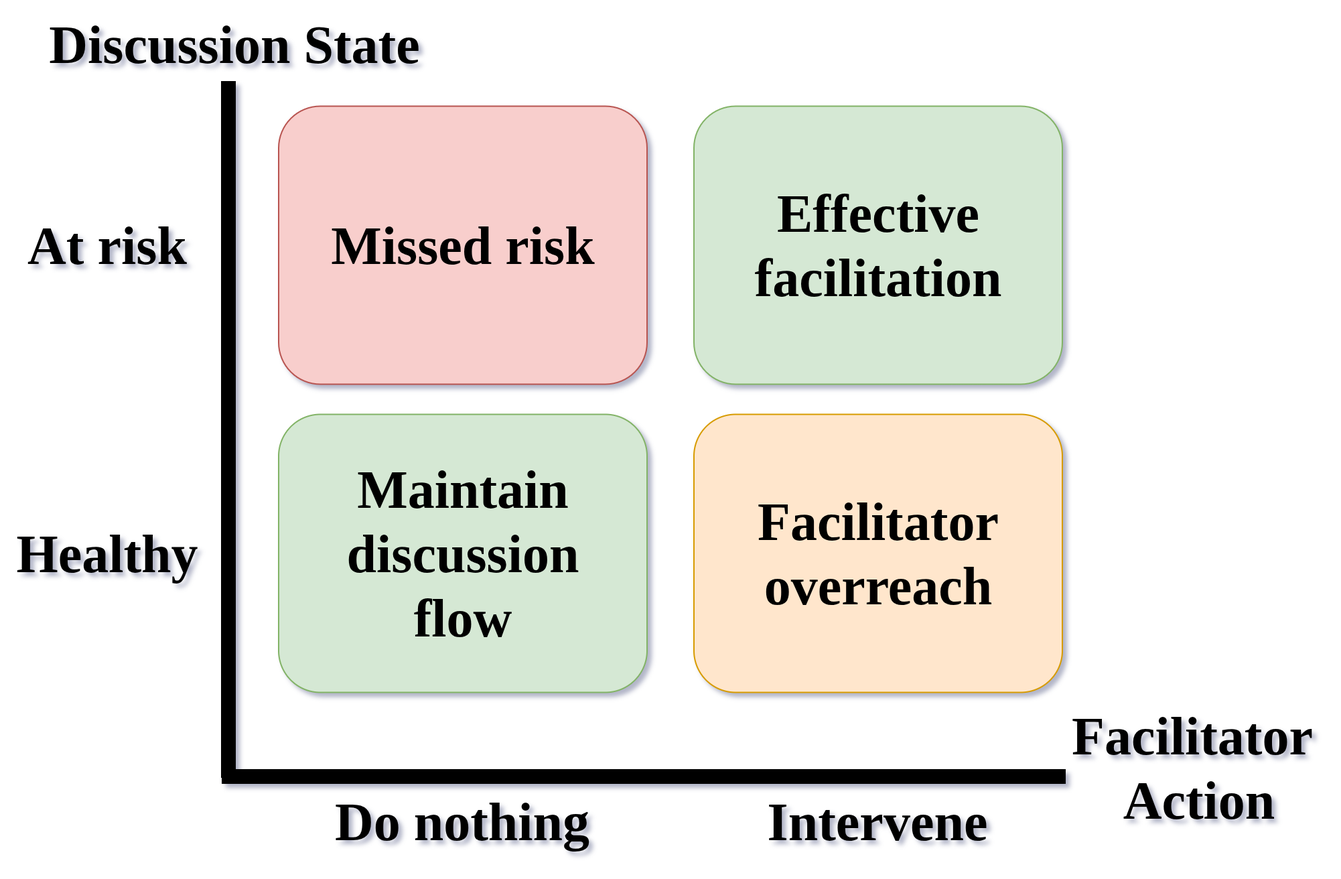
Above: graphs/intro.drawio.png in dimits-ts/interventions (draw.io), before the change. Source tidied: cells renumbered, new cells last; positions are measured from the earlier drawing's top-left corner, leaving out a move shared by most shapes.
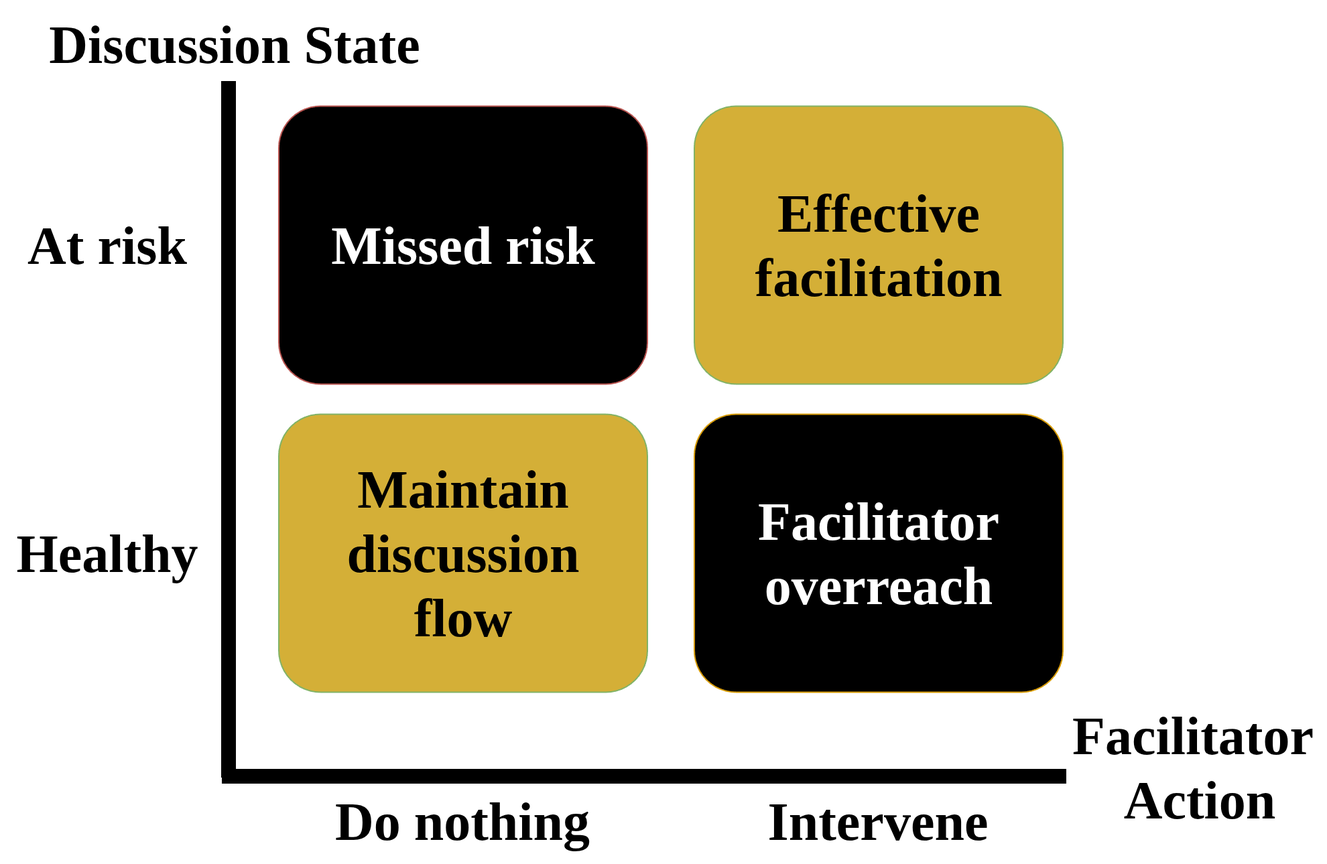
The same file after the commit.

The edit, as a diff of the source:
```diff
@@ -32,25 +32,25 @@
     <mxCell id="9" value="&lt;font face=&quot;Times New Roman&quot;&gt;&lt;span style=&quot;font-size: 40px;&quot;&gt;&lt;b&gt;Healthy&lt;/b&gt;&lt;/span&gt;&lt;/font&gt;" style="text;html=1;whiteSpace=wrap;strokeColor=none;fillColor=none;align=center;verticalAlign=middle;rounded=0;" parent="1" vertex="1">
       <mxGeometry y="380" width="160" height="65" as="geometry" />
     </mxCell>
-    <mxCell id="10" style="rounded=1;whiteSpace=wrap;html=1;fillColor=#d5e8d4;strokeColor=#82b366;" parent="1" vertex="1">
+    <mxCell id="10" style="rounded=1;whiteSpace=wrap;html=1;fillColor=#D4AF37;strokeColor=#82b366;" parent="1" vertex="1">
       <mxGeometry x="207.5" y="308.8" width="275" height="207.5" as="geometry" />
     </mxCell>
-    <mxCell id="11" style="rounded=1;whiteSpace=wrap;html=1;fillColor=#ffe6cc;strokeColor=#d79b00;" parent="1" vertex="1">
+    <mxCell id="11" style="rounded=1;whiteSpace=wrap;html=1;fillColor=#000000;strokeColor=#d79b00;" parent="1" vertex="1">
       <mxGeometry x="517.5" y="308.8" width="275" height="207.5" as="geometry" />
     </mxCell>
-    <mxCell id="12" style="rounded=1;whiteSpace=wrap;html=1;fillColor=#f8cecc;strokeColor=#b85450;" parent="1" vertex="1">
+    <mxCell id="12" style="rounded=1;whiteSpace=wrap;html=1;fillColor=#000000;strokeColor=#b85450;" parent="1" vertex="1">
       <mxGeometry x="207.5" y="78.8" width="275" height="207.5" as="geometry" />
     </mxCell>
-    <mxCell id="13" style="rounded=1;whiteSpace=wrap;html=1;fillColor=#d5e8d4;strokeColor=#82b366;" parent="1" vertex="1">
+    <mxCell id="13" style="rounded=1;whiteSpace=wrap;html=1;fillColor=#D4AF37;strokeColor=#82b366;" parent="1" vertex="1">
       <mxGeometry x="517.5" y="78.8" width="275" height="207.5" as="geometry" />
     </mxCell>
     <mxCell id="14" value="&lt;font face=&quot;Times New Roman&quot;&gt;&lt;span style=&quot;font-size: 40px;&quot;&gt;&lt;b&gt;Effective facilitation&lt;/b&gt;&lt;/span&gt;&lt;/font&gt;" style="text;html=1;whiteSpace=wrap;strokeColor=none;fillColor=none;align=center;verticalAlign=middle;rounded=0;" parent="1" vertex="1">
       <mxGeometry x="538.8" y="107.5" width="232.5" height="150" as="geometry" />
     </mxCell>
-    <mxCell id="15" value="&lt;font face=&quot;Times New Roman&quot;&gt;&lt;span style=&quot;font-size: 40px;&quot;&gt;&lt;b&gt;Missed risk&lt;/b&gt;&lt;/span&gt;&lt;/font&gt;" style="text;html=1;whiteSpace=wrap;strokeColor=none;fillColor=none;align=center;verticalAlign=middle;rounded=0;" parent="1" vertex="1">
+    <mxCell id="15" value="&lt;font face=&quot;Times New Roman&quot;&gt;&lt;span style=&quot;font-size: 40px;&quot;&gt;&lt;b&gt;Missed risk&lt;/b&gt;&lt;/span&gt;&lt;/font&gt;" style="text;html=1;whiteSpace=wrap;strokeColor=none;fillColor=none;align=center;verticalAlign=middle;rounded=0;fontColor=#FFFFFF;" parent="1" vertex="1">
       <mxGeometry x="228.8" y="107.5" width="232.5" height="150" as="geometry" />
     </mxCell>
-    <mxCell id="16" value="&lt;font face=&quot;Times New Roman&quot;&gt;&lt;span style=&quot;font-size: 40px;&quot;&gt;&lt;b&gt;Facilitator overreach&lt;/b&gt;&lt;/span&gt;&lt;/font&gt;" style="text;html=1;whiteSpace=wrap;strokeColor=none;fillColor=none;align=center;verticalAlign=middle;rounded=0;" parent="1" vertex="1">
+    <mxCell id="16" value="&lt;font face=&quot;Times New Roman&quot;&gt;&lt;span style=&quot;font-size: 40px;&quot;&gt;&lt;b&gt;Facilitator overreach&lt;/b&gt;&lt;/span&gt;&lt;/font&gt;" style="text;html=1;whiteSpace=wrap;strokeColor=none;fillColor=none;align=center;verticalAlign=middle;rounded=0;fontColor=#FFFFFF;" parent="1" vertex="1">
       <mxGeometry x="538.8" y="337.5" width="232.5" height="150" as="geometry" />
     </mxCell>
     <mxCell id="17" value="&lt;font face=&quot;Times New Roman&quot;&gt;&lt;span style=&quot;font-size: 40px;&quot;&gt;&lt;b&gt;Maintain discussion flow&lt;/b&gt;&lt;/span&gt;&lt;/font&gt;" style="text;html=1;whiteSpace=wrap;strokeColor=none;fillColor=none;align=center;verticalAlign=middle;rounded=0;" parent="1" vertex="1">
```
